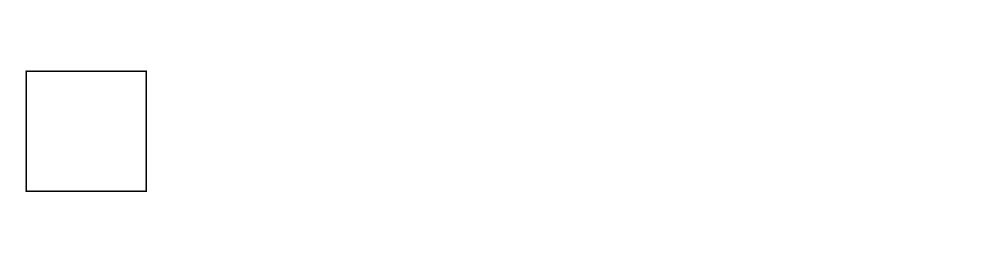
IM17/drawio keeps this draw.io diagram as Untitled Diagram.drawio. Above is the earlier version. Source tidied: cells renumbered, new cells numbered last; positions are measured from the earlier drawing's top-left corner, leaving out a move shared by most shapes. Both pictures are drawn from the tidied source at 150%, with x=0, y=0 at pixel (26, 70).
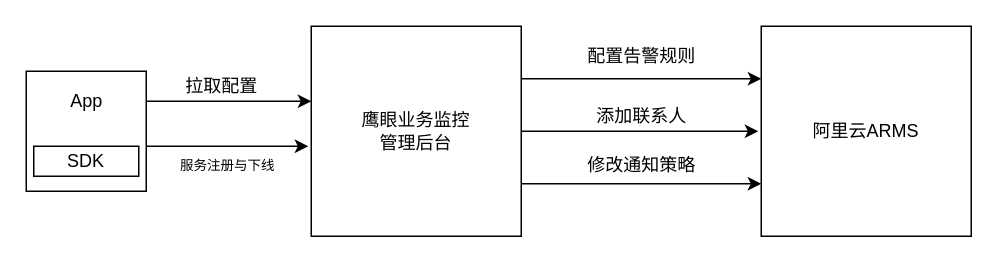
The same diagram, later.

Commit message (it also covers changes not shown here):
鹰眼业务监控管理后台系统关系图.drawio

The edit, as a diff of the source:
```diff
@@
 <mxGraphModel>
   <root>
     <mxCell id="0" />
     <mxCell id="1" parent="0" />
     <mxCell id="2" style="whiteSpace=wrap;html=1;" parent="1" vertex="1">
       <mxGeometry width="80" height="80" as="geometry" />
     </mxCell>
+    <mxCell id="3" value="App" style="text;html=1;align=center;verticalAlign=middle;fillColor=none;strokeColor=none;rounded=0;" parent="1" vertex="1">
+      <mxGeometry x="20" y="10" width="40" height="20" as="geometry" />
+    </mxCell>
+    <mxCell id="4" value="SDK" style="rounded=0;whiteSpace=wrap;html=1;" parent="1" vertex="1">
+      <mxGeometry x="5" y="50" width="70" height="20" as="geometry" />
+    </mxCell>
+    <mxCell id="5" value="鹰眼业务监控&lt;br&gt;管理后台" style="whiteSpace=wrap;html=1;" parent="1" vertex="1">
+      <mxGeometry x="190" y="-30" width="140" height="140" as="geometry" />
+    </mxCell>
+    <mxCell id="6" style="endArrow=classic;html=1;entryX=0;entryY=0.357;entryDx=0;entryDy=0;entryPerimeter=0;" parent="1" edge="1" target="5">
+      <mxGeometry relative="1" as="geometry">
+        <mxPoint x="80" y="20" as="sourcePoint" />
+      </mxGeometry>
+    </mxCell>
+    <mxCell id="7" value="&lt;font style=&quot;font-size: 12px&quot;&gt;拉取配置&lt;/font&gt;" style="text;html=1;align=center;verticalAlign=middle;fillColor=none;strokeColor=none;rounded=0;" parent="1" vertex="1">
+      <mxGeometry x="100" width="60" height="20" as="geometry" />
+    </mxCell>
+    <mxCell id="8" style="endArrow=classic;html=1;" parent="1" edge="1">
+      <mxGeometry relative="1" as="geometry">
+        <mxPoint x="80" y="50" as="sourcePoint" />
+        <mxPoint x="188" y="50" as="targetPoint" />
+      </mxGeometry>
+    </mxCell>
+    <mxCell id="9" value="&lt;font style=&quot;font-size: 9px&quot;&gt;服务注册与下线&lt;/font&gt;" style="text;html=1;align=center;verticalAlign=middle;fillColor=none;strokeColor=none;rounded=0;fontSize=9;" parent="1" vertex="1">
+      <mxGeometry x="84" y="53" width="100" height="20" as="geometry" />
+    </mxCell>
+    <mxCell id="10" value="阿里云ARMS" style="whiteSpace=wrap;html=1;" parent="1" vertex="1">
+      <mxGeometry x="490" y="-30" width="140" height="140" as="geometry" />
+    </mxCell>
+    <mxCell id="11" style="endArrow=classic;html=1;exitX=1;exitY=0.25;exitDx=0;exitDy=0;entryX=0;entryY=0.25;entryDx=0;entryDy=0;" parent="1" edge="1" source="5" target="10">
+      <mxGeometry relative="1" as="geometry" />
+    </mxCell>
+    <mxCell id="12" value="配置告警规则" style="text;html=1;align=center;verticalAlign=middle;fillColor=none;strokeColor=none;rounded=0;" parent="1" vertex="1">
+      <mxGeometry x="365" y="-20" width="90" height="20" as="geometry" />
+    </mxCell>
+    <mxCell id="13" value="添加联系人" style="text;html=1;align=center;verticalAlign=middle;fillColor=none;strokeColor=none;rounded=0;" parent="1" vertex="1">
+      <mxGeometry x="370" y="20" width="80" height="20" as="geometry" />
+    </mxCell>
+    <mxCell id="14" style="endArrow=classic;html=1;exitX=1;exitY=0.5;exitDx=0;exitDy=0;" parent="1" edge="1" source="5">
+      <mxGeometry relative="1" as="geometry">
+        <mxPoint x="488" y="40" as="targetPoint" />
+      </mxGeometry>
+    </mxCell>
+    <mxCell id="15" style="endArrow=classic;html=1;exitX=1;exitY=0.75;exitDx=0;exitDy=0;entryX=0;entryY=0.75;entryDx=0;entryDy=0;" parent="1" edge="1" source="5" target="10">
+      <mxGeometry relative="1" as="geometry" />
+    </mxCell>
+    <mxCell id="16" value="修改通知策略" style="text;html=1;align=center;verticalAlign=middle;fillColor=none;strokeColor=none;rounded=0;" parent="1" vertex="1">
+      <mxGeometry x="365" y="53" width="90" height="20" as="geometry" />
+    </mxCell>
   </root>
 </mxGraphModel>
```
